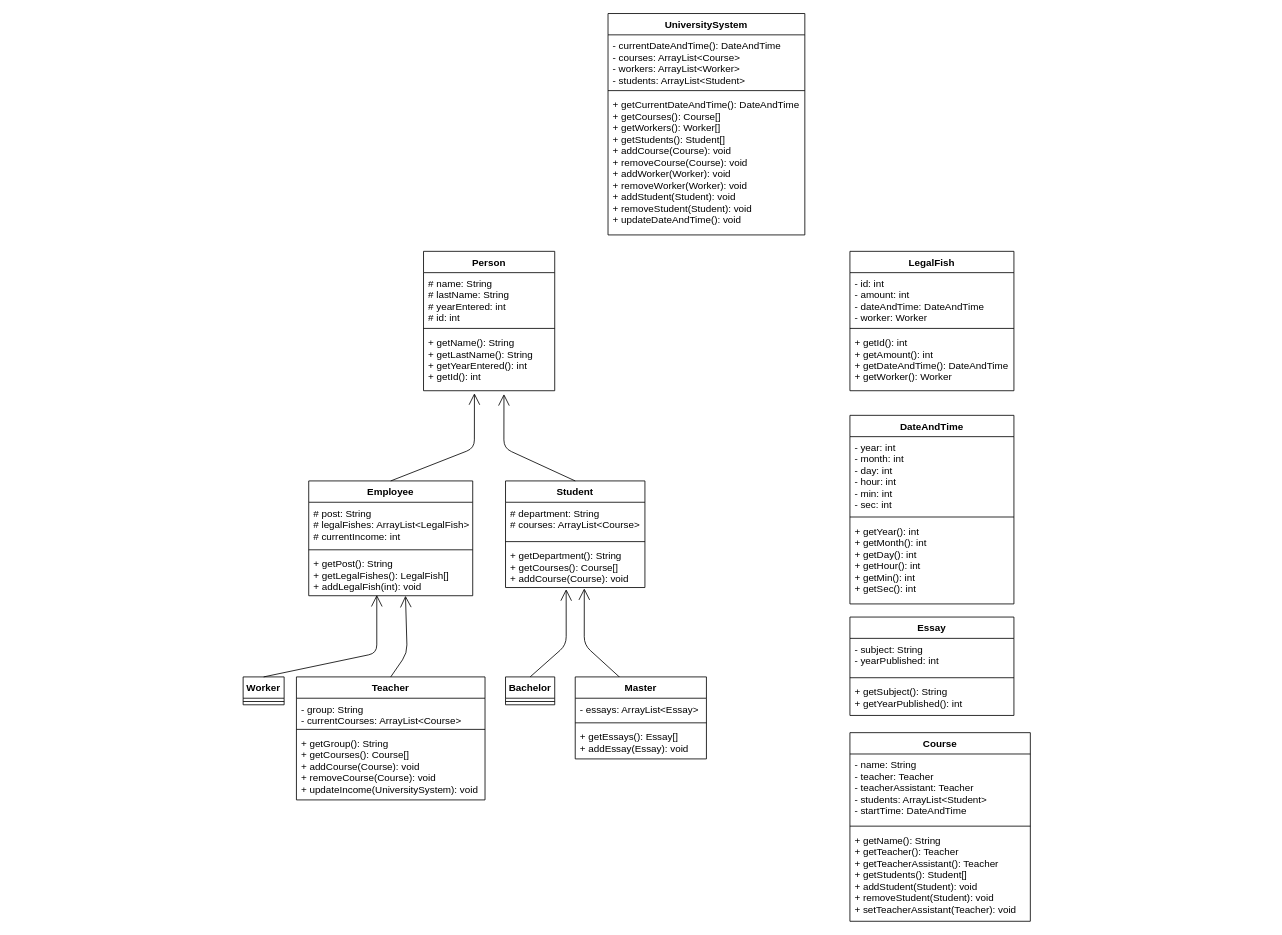
Earlier version of the draw.io diagram Untitled Diagram.drawio (ParsaRahmaty/Lab9). Source tidied: cells renumbered, new cells numbered last; positions are measured from the earlier drawing's top-left corner, leaving out a move shared by most shapes. Both pictures are drawn from the tidied source at 82%, with x=0, y=0 at pixel (243, 13).
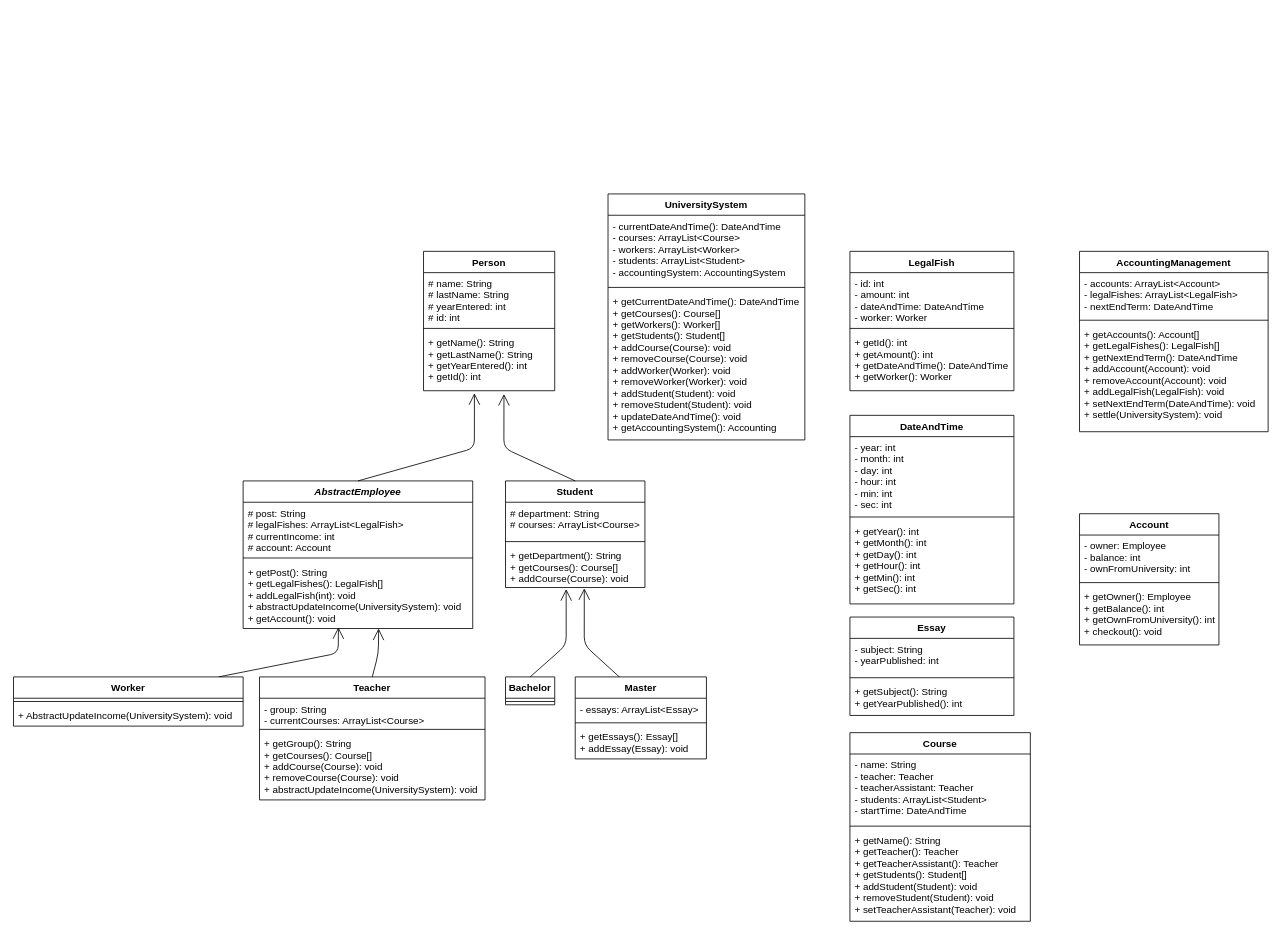
After the change.

Change to the diagram source:
```diff
@@
-    <mxCell id="6" value="Employee" style="swimlane;fontStyle=1;align=center;verticalAlign=top;horizontal=1;startSize=26;" parent="1" vertex="1">
-      <mxGeometry x="80" y="570" width="200" height="140" as="geometry" />
+    <mxCell id="6" value="AbstractEmployee" style="swimlane;fontStyle=3;align=center;verticalAlign=top;horizontal=1;startSize=26;" parent="1" vertex="1">
+      <mxGeometry y="570" width="280" height="180" as="geometry" />
     </mxCell>
-    <mxCell id="7" value="# post: String&#10;# legalFishes: ArrayList&lt;LegalFish&gt;&#10;# currentIncome: int&#10;" style="text;strokeColor=none;fillColor=none;align=left;verticalAlign=top;spacingLeft=4;spacingRight=4;overflow=hidden;" parent="6" vertex="1">
-      <mxGeometry y="26" width="200" height="54" as="geometry" />
+    <mxCell id="7" value="# post: String&#10;# legalFishes: ArrayList&lt;LegalFish&gt;&#10;# currentIncome: int&#10;# account: Account&#10;" style="text;strokeColor=none;fillColor=none;align=left;verticalAlign=top;spacingLeft=4;spacingRight=4;overflow=hidden;" parent="6" vertex="1">
+      <mxGeometry y="26" width="280" height="64" as="geometry" />
     </mxCell>
     <mxCell id="8" style="line;strokeWidth=1;fillColor=none;align=left;verticalAlign=middle;spacingTop=-1;spacingLeft=3;spacingRight=3;labelPosition=right;" parent="6" vertex="1">
-      <mxGeometry y="80" width="200" height="8" as="geometry" />
+      <mxGeometry y="90" width="280" height="8" as="geometry" />
     </mxCell>
-    <mxCell id="9" value="+ getPost(): String&#10;+ getLegalFishes(): LegalFish[]&#10;+ addLegalFish(int): void&#10;&#10;" style="text;strokeColor=none;fillColor=none;align=left;verticalAlign=top;spacingLeft=4;spacingRight=4;overflow=hidden;points=[[0,0.5],[1,0.5]];portConstraint=eastwest;" parent="6" vertex="1">
-      <mxGeometry y="88" width="200" height="52" as="geometry" />
+    <mxCell id="9" value="+ getPost(): String&#10;+ getLegalFishes(): LegalFish[]&#10;+ addLegalFish(int): void&#10;+ abstractUpdateIncome(UniversitySystem): void&#10;+ getAccount(): void&#10;" style="text;strokeColor=none;fillColor=none;align=left;verticalAlign=top;spacingLeft=4;spacingRight=4;overflow=hidden;points=[[0,0.5],[1,0.5]];portConstraint=eastwest;fontStyle=0;" parent="6" vertex="1">
+      <mxGeometry y="98" width="280" height="82" as="geometry" />
     </mxCell>
@@
-    <mxCell id="14" value="Worker" style="swimlane;fontStyle=1;align=center;verticalAlign=top;horizontal=1;startSize=26;" parent="1" vertex="1">
-      <mxGeometry y="809" width="50" height="34" as="geometry" />
-    </mxCell>
-    <mxCell id="15" style="line;strokeWidth=1;fillColor=none;align=left;verticalAlign=middle;spacingTop=-1;spacingLeft=3;spacingRight=3;labelPosition=right;" parent="14" vertex="1">
-      <mxGeometry y="26" width="50" height="8" as="geometry" />
-    </mxCell>
-    <mxCell id="16" style="endArrow=open;endFill=1;endSize=12;html=1;entryX=0.415;entryY=0.981;entryDx=0;entryDy=0;entryPerimeter=0;exitX=0.5;exitY=0;exitDx=0;exitDy=0;" parent="1" edge="1" source="14" target="9">
+    <mxCell id="16" style="endArrow=open;endFill=1;endSize=12;html=1;entryX=0.415;entryY=0.981;entryDx=0;entryDy=0;entryPerimeter=0;exitX=0.5;exitY=0;exitDx=0;exitDy=0;" parent="1" edge="1" target="9">
       <mxGeometry relative="1" as="geometry">
+        <mxPoint x="-30" y="809" as="sourcePoint" />
         <Array as="points">
-          <mxPoint x="163" y="780" />
+          <mxPoint x="116" y="780" />
         </Array>
       </mxGeometry>
     </mxCell>
@@
     <mxCell id="19" style="endArrow=open;endFill=1;endSize=12;html=1;entryX=0.59;entryY=1;entryDx=0;entryDy=0;entryPerimeter=0;exitX=0.5;exitY=0;exitDx=0;exitDy=0;" parent="1" edge="1" source="20" target="9">
       <mxGeometry relative="1" as="geometry">
         <Array as="points">
-          <mxPoint x="200" y="780" />
+          <mxPoint x="165" y="780" />
         </Array>
       </mxGeometry>
     </mxCell>
     <mxCell id="20" value="Teacher" style="swimlane;fontStyle=1;align=center;verticalAlign=top;horizontal=1;startSize=26;" parent="1" vertex="1">
-      <mxGeometry x="65" y="809" width="230" height="150" as="geometry" />
+      <mxGeometry x="20" y="809" width="275" height="150" as="geometry" />
     </mxCell>
     <mxCell id="21" value="- group: String&#10;- currentCourses: ArrayList&lt;Course&gt;&#10;" style="text;strokeColor=none;fillColor=none;align=left;verticalAlign=top;spacingLeft=4;spacingRight=4;overflow=hidden;" parent="20" vertex="1">
-      <mxGeometry y="26" width="230" height="34" as="geometry" />
+      <mxGeometry y="26" width="275" height="34" as="geometry" />
     </mxCell>
     <mxCell id="22" style="line;strokeWidth=1;fillColor=none;align=left;verticalAlign=middle;spacingTop=-1;spacingLeft=3;spacingRight=3;labelPosition=right;" parent="20" vertex="1">
-      <mxGeometry y="60" width="230" height="8" as="geometry" />
+      <mxGeometry y="60" width="275" height="8" as="geometry" />
     </mxCell>
-    <mxCell id="23" value="+ getGroup(): String&#10;+ getCourses(): Course[]&#10;+ addCourse(Course): void&#10;+ removeCourse(Course): void&#10;+ updateIncome(UniversitySystem): void&#10;&#10;" style="text;strokeColor=none;fillColor=none;align=left;verticalAlign=top;spacingLeft=4;spacingRight=4;overflow=hidden;" parent="20" vertex="1">
-      <mxGeometry y="68" width="230" height="82" as="geometry" />
+    <mxCell id="23" value="+ getGroup(): String&#10;+ getCourses(): Course[]&#10;+ addCourse(Course): void&#10;+ removeCourse(Course): void&#10;+ abstractUpdateIncome(UniversitySystem): void&#10;&#10;" style="text;strokeColor=none;fillColor=none;align=left;verticalAlign=top;spacingLeft=4;spacingRight=4;overflow=hidden;" parent="20" vertex="1">
+      <mxGeometry y="68" width="275" height="82" as="geometry" />
     </mxCell>
@@
     <mxCell id="48" value="UniversitySystem" style="swimlane;fontStyle=1;align=center;verticalAlign=top;horizontal=1;startSize=26;" parent="1" vertex="1">
-      <mxGeometry x="445" width="240" height="270" as="geometry" />
+      <mxGeometry x="445" y="220" width="240" height="300" as="geometry" />
     </mxCell>
-    <mxCell id="49" value="- currentDateAndTime(): DateAndTime&#10;- courses: ArrayList&lt;Course&gt;&#10;- workers: ArrayList&lt;Worker&gt;&#10;- students: ArrayList&lt;Student&gt; &#10;" style="text;strokeColor=none;fillColor=none;align=left;verticalAlign=top;spacingLeft=4;spacingRight=4;overflow=hidden;" parent="48" vertex="1">
-      <mxGeometry y="26" width="240" height="64" as="geometry" />
+    <mxCell id="49" value="- currentDateAndTime(): DateAndTime&#10;- courses: ArrayList&lt;Course&gt;&#10;- workers: ArrayList&lt;Worker&gt;&#10;- students: ArrayList&lt;Student&gt;&#10;- accountingSystem: AccountingSystem&#10;" style="text;strokeColor=none;fillColor=none;align=left;verticalAlign=top;spacingLeft=4;spacingRight=4;overflow=hidden;" parent="48" vertex="1">
+      <mxGeometry y="26" width="240" height="84" as="geometry" />
     </mxCell>
     <mxCell id="50" style="line;strokeWidth=1;fillColor=none;align=left;verticalAlign=middle;spacingTop=-1;spacingLeft=3;spacingRight=3;labelPosition=right;" parent="48" vertex="1">
-      <mxGeometry y="90" width="240" height="8" as="geometry" />
+      <mxGeometry y="110" width="240" height="8" as="geometry" />
     </mxCell>
-    <mxCell id="51" value="+ getCurrentDateAndTime(): DateAndTime&#10;+ getCourses(): Course[]&#10;+ getWorkers(): Worker[]&#10;+ getStudents(): Student[]&#10;+ addCourse(Course): void&#10;+ removeCourse(Course): void&#10;+ addWorker(Worker): void&#10;+ removeWorker(Worker): void&#10;+ addStudent(Student): void&#10;+ removeStudent(Student): void&#10;+ updateDateAndTime(): void&#10;" style="text;strokeColor=none;fillColor=none;align=left;verticalAlign=top;spacingLeft=4;spacingRight=4;overflow=hidden;" parent="48" vertex="1">
-      <mxGeometry y="98" width="240" height="172" as="geometry" />
+    <mxCell id="51" value="+ getCurrentDateAndTime(): DateAndTime&#10;+ getCourses(): Course[]&#10;+ getWorkers(): Worker[]&#10;+ getStudents(): Student[]&#10;+ addCourse(Course): void&#10;+ removeCourse(Course): void&#10;+ addWorker(Worker): void&#10;+ removeWorker(Worker): void&#10;+ addStudent(Student): void&#10;+ removeStudent(Student): void&#10;+ updateDateAndTime(): void&#10;+ getAccountingSystem(): Accounting&#10;" style="text;strokeColor=none;fillColor=none;align=left;verticalAlign=top;spacingLeft=4;spacingRight=4;overflow=hidden;" parent="48" vertex="1">
+      <mxGeometry y="118" width="240" height="182" as="geometry" />
     </mxCell>
+    <mxCell id="14" value="Worker" style="swimlane;fontStyle=1;align=center;verticalAlign=top;horizontal=1;startSize=26;" parent="1" vertex="1">
+      <mxGeometry x="-280" y="809" width="280" height="60" as="geometry" />
+    </mxCell>
+    <mxCell id="52" style="line;strokeWidth=1;fillColor=none;align=left;verticalAlign=middle;spacingTop=-1;spacingLeft=3;spacingRight=3;labelPosition=right;" parent="14" vertex="1">
+      <mxGeometry y="26" width="280" height="8" as="geometry" />
+    </mxCell>
+    <mxCell id="53" value="+ AbstractUpdateIncome(UniversitySystem): void" style="text;strokeColor=none;fillColor=none;align=left;verticalAlign=top;spacingLeft=4;spacingRight=4;overflow=hidden;" parent="14" vertex="1">
+      <mxGeometry y="34" width="280" height="26" as="geometry" />
+    </mxCell>
+    <mxCell id="54" value="AccountingManagement" style="swimlane;fontStyle=1;align=center;verticalAlign=top;horizontal=1;startSize=26;" parent="1" vertex="1">
+      <mxGeometry x="1020" y="290" width="230" height="220" as="geometry" />
+    </mxCell>
+    <mxCell id="55" value="- accounts: ArrayList&lt;Account&gt;&#10;- legalFishes: ArrayList&lt;LegalFish&gt;&#10;- nextEndTerm: DateAndTime&#10;" style="text;strokeColor=none;fillColor=none;align=left;verticalAlign=top;spacingLeft=4;spacingRight=4;overflow=hidden;" parent="54" vertex="1">
+      <mxGeometry y="26" width="230" height="54" as="geometry" />
+    </mxCell>
+    <mxCell id="56" style="line;strokeWidth=1;fillColor=none;align=left;verticalAlign=middle;spacingTop=-1;spacingLeft=3;spacingRight=3;labelPosition=right;" parent="54" vertex="1">
+      <mxGeometry y="80" width="230" height="8" as="geometry" />
+    </mxCell>
+    <mxCell id="57" value="+ getAccounts(): Account[]&#10;+ getLegalFishes(): LegalFish[]&#10;+ getNextEndTerm(): DateAndTime&#10;+ addAccount(Account): void&#10;+ removeAccount(Account): void&#10;+ addLegalFish(LegalFish): void&#10;+ setNextEndTerm(DateAndTime): void&#10;+ settle(UniversitySystem): void" style="text;strokeColor=none;fillColor=none;align=left;verticalAlign=top;spacingLeft=4;spacingRight=4;overflow=hidden;" parent="54" vertex="1">
+      <mxGeometry y="88" width="230" height="132" as="geometry" />
+    </mxCell>
+    <mxCell id="58" value="Account" style="swimlane;fontStyle=1;align=center;verticalAlign=top;horizontal=1;startSize=26;" parent="1" vertex="1">
+      <mxGeometry x="1020" y="610" width="170" height="160" as="geometry" />
+    </mxCell>
+    <mxCell id="59" value="- owner: Employee&#10;- balance: int&#10;- ownFromUniversity: int&#10;" style="text;strokeColor=none;fillColor=none;align=left;verticalAlign=top;spacingLeft=4;spacingRight=4;overflow=hidden;" parent="58" vertex="1">
+      <mxGeometry y="26" width="170" height="54" as="geometry" />
+    </mxCell>
+    <mxCell id="60" style="line;strokeWidth=1;fillColor=none;align=left;verticalAlign=middle;spacingTop=-1;spacingLeft=3;spacingRight=3;labelPosition=right;" parent="58" vertex="1">
+      <mxGeometry y="80" width="170" height="8" as="geometry" />
+    </mxCell>
+    <mxCell id="61" value="+ getOwner(): Employee&#10;+ getBalance(): int&#10;+ getOwnFromUniversity(): int&#10;+ checkout(): void" style="text;strokeColor=none;fillColor=none;align=left;verticalAlign=top;spacingLeft=4;spacingRight=4;overflow=hidden;" parent="58" vertex="1">
+      <mxGeometry y="88" width="170" height="72" as="geometry" />
+    </mxCell>
```
